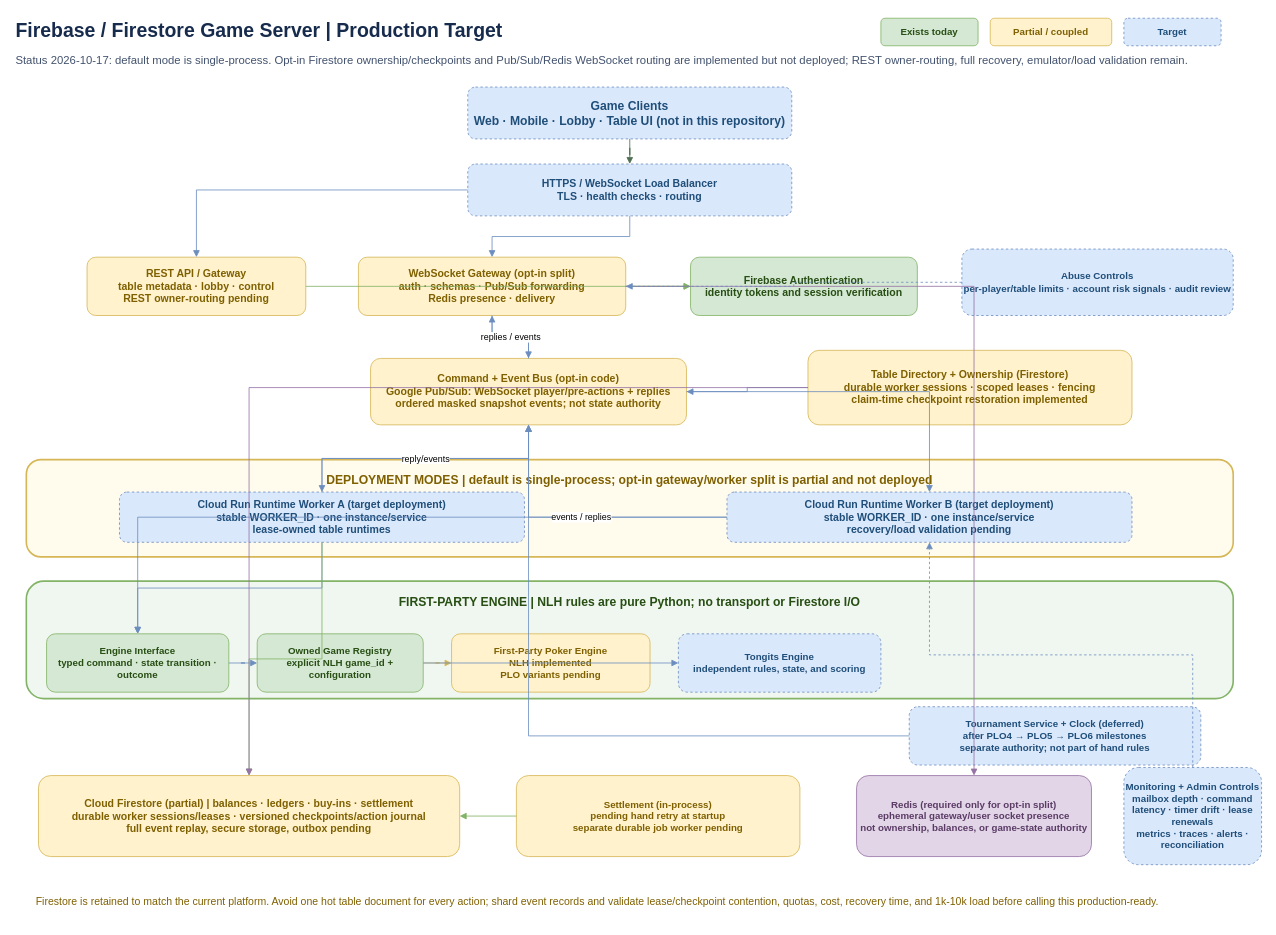
Above: page "Firebase Production Target" (1 of 2) of GAME_SERVER_FIREBASE_ARCHITECTURE.drawio in jaspervborcena/cowboysphpokerbackend (draw.io), before the change. Source tidied: cells renumbered, new cells numbered last; positions are measured from the earlier drawing's top-left corner, leaving out a move shared by most shapes. Both pictures are drawn from the tidied source at 81%, with x=0, y=0 at pixel (14, 14).
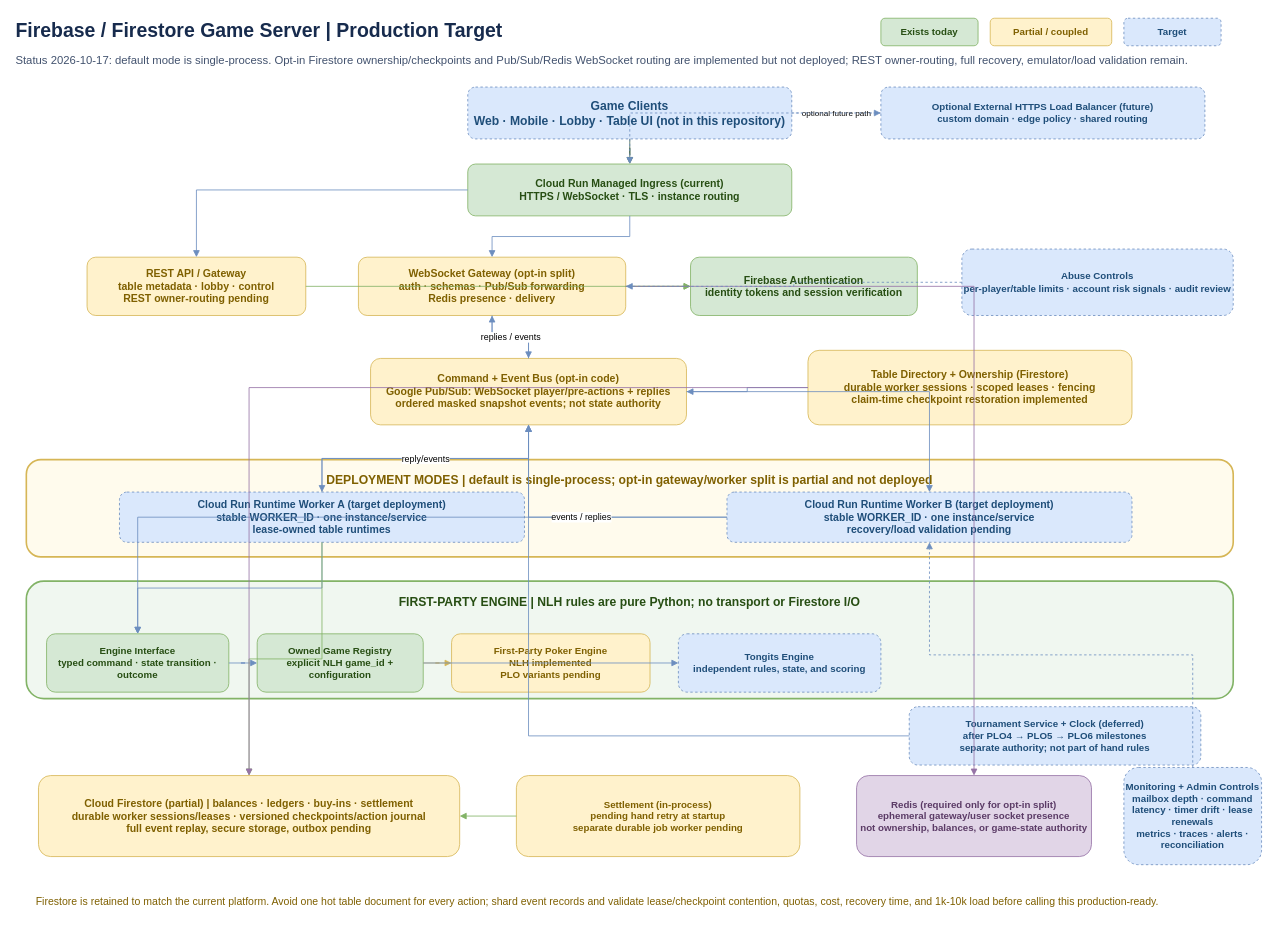
Above is the later version.

Unchanged cells that the change refers to:
```xml
<mxCell id="7" value="Game Clients&lt;br&gt;Web · Mobile · Lobby · Table UI (not in this repository)" style="rounded=1;whiteSpace=wrap;html=1;fillColor=#DAE8FC;strokeColor=#6C8EBF;fontColor=#1F4E79;fontSize=15;fontStyle=1;dashed=1;" parent="1" vertex="1">
  <mxGeometry x="560" y="90" width="400" height="64" as="geometry" />
</mxCell>
```

What changed in the source:
```diff
@@
-    <mxCell id="8" value="HTTPS / WebSocket Load Balancer&lt;br&gt;TLS · health checks · routing" style="rounded=1;whiteSpace=wrap;html=1;fillColor=#DAE8FC;strokeColor=#6C8EBF;fontColor=#1F4E79;fontSize=13;fontStyle=1;dashed=1;" parent="1" vertex="1">
+    <mxCell id="8" value="Cloud Run Managed Ingress (current)&lt;br&gt;HTTPS / WebSocket · TLS · instance routing" style="rounded=1;whiteSpace=wrap;html=1;fillColor=#D5E8D4;strokeColor=#82B366;fontColor=#274E13;fontSize=13;fontStyle=1;" parent="1" vertex="1">
       <mxGeometry x="560" y="185" width="400" height="64" as="geometry" />
     </mxCell>
+    <mxCell id="53" value="Optional External HTTPS Load Balancer (future)&lt;br&gt;custom domain · edge policy · shared routing" style="rounded=1;whiteSpace=wrap;html=1;fillColor=#DAE8FC;strokeColor=#6C8EBF;fontColor=#1F4E79;fontSize=12;fontStyle=1;dashed=1;" parent="1" vertex="1">
+      <mxGeometry x="1070" y="90" width="400" height="64" as="geometry" />
+    </mxCell>
@@
+    <mxCell id="54" value="optional future path" style="edgeStyle=orthogonalEdgeStyle;rounded=0;jettySize=auto;html=1;endArrow=block;endFill=1;strokeColor=#6C8EBF;dashed=1;fontSize=10;" parent="1" edge="1" source="7" target="53">
+      <mxGeometry relative="1" as="geometry" />
+    </mxCell>
+    <mxCell id="55" style="edgeStyle=orthogonalEdgeStyle;rounded=0;jettySize=auto;html=1;endArrow=block;endFill=1;strokeColor=#6C8EBF;dashed=1;" parent="1" edge="1" source="53" target="8">
+      <mxGeometry relative="1" as="geometry" />
+    </mxCell>
```
